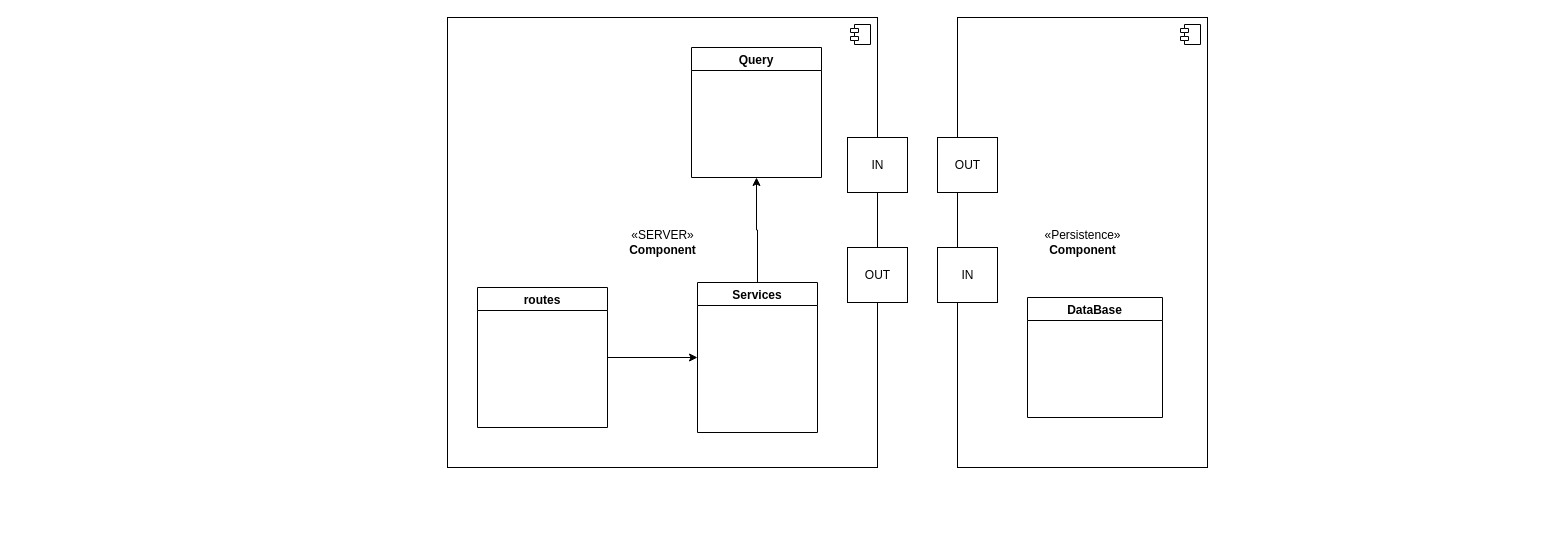
Earlier version of the draw.io diagram Server/architecture/component.drawio (Juan-Avila92/SPL-Indicator). Source tidied: cells renumbered, new cells numbered last; positions are measured from the earlier drawing's top-left corner, leaving out a move shared by most shapes. Both pictures are drawn from the tidied source at 100%, with x=0, y=0 at pixel (447, 17).
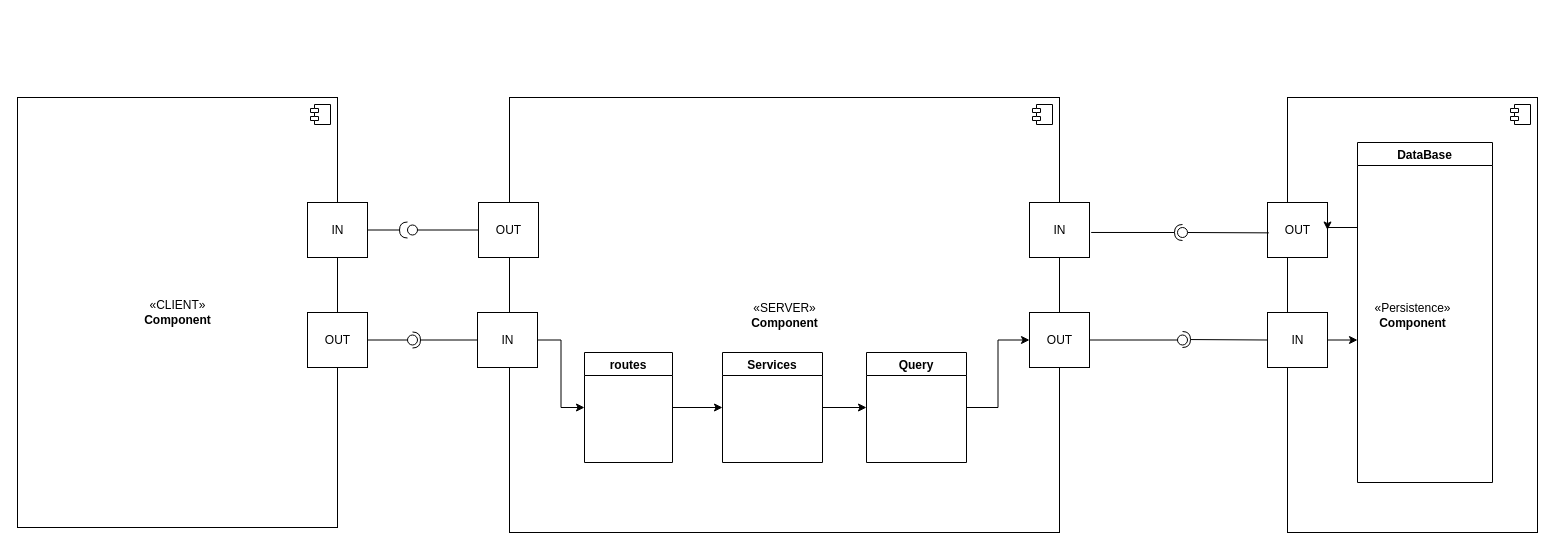
The same page after the edit.

Diff of the diagram source:
```diff
@@
     <mxCell id="2" value="«SERVER»&lt;br&gt;&lt;b&gt;Component&lt;/b&gt;" style="html=1;" parent="1" vertex="1">
-      <mxGeometry width="430" height="450" as="geometry" />
+      <mxGeometry x="62" y="80" width="550" height="435" as="geometry" />
     </mxCell>
@@
-    <mxCell id="4" style="edgeStyle=orthogonalEdgeStyle;rounded=0;jettySize=auto;html=1;exitX=1;exitY=0.5;exitDx=0;exitDy=0;entryX=0;entryY=0.5;entryDx=0;entryDy=0;" parent="1" edge="1" source="5" target="7">
+    <mxCell id="4" style="edgeStyle=orthogonalEdgeStyle;rounded=0;jettySize=auto;html=1;entryX=0;entryY=0.5;entryDx=0;entryDy=0;" parent="1" edge="1" source="5" target="7">
       <mxGeometry relative="1" as="geometry" />
     </mxCell>
     <mxCell id="5" value="routes" style="swimlane;" parent="1" vertex="1">
-      <mxGeometry x="30" y="270" width="130" height="140" as="geometry" />
+      <mxGeometry x="137" y="335" width="88" height="110" as="geometry" />
     </mxCell>
-    <mxCell id="6" style="edgeStyle=orthogonalEdgeStyle;rounded=0;jettySize=auto;html=1;exitX=0.5;exitY=0;exitDx=0;exitDy=0;entryX=0.5;entryY=1;entryDx=0;entryDy=0;" parent="1" edge="1" source="7" target="8">
+    <mxCell id="6" style="edgeStyle=orthogonalEdgeStyle;rounded=0;jettySize=auto;html=1;exitX=1;exitY=0.5;exitDx=0;exitDy=0;entryX=0;entryY=0.5;entryDx=0;entryDy=0;" parent="1" edge="1" source="7" target="8">
       <mxGeometry relative="1" as="geometry" />
     </mxCell>
     <mxCell id="7" value="Services" style="swimlane;" parent="1" vertex="1">
-      <mxGeometry x="250" y="265" width="120" height="150" as="geometry" />
+      <mxGeometry x="275" y="335" width="100" height="110" as="geometry" />
     </mxCell>
+    <mxCell id="16" style="edgeStyle=orthogonalEdgeStyle;rounded=0;jettySize=auto;html=1;" parent="1" edge="1" source="8" target="13">
+      <mxGeometry relative="1" as="geometry" />
+    </mxCell>
     <mxCell id="8" value="Query" style="swimlane;startSize=23;" parent="1" vertex="1">
-      <mxGeometry x="244" y="30" width="130" height="130" as="geometry" />
+      <mxGeometry x="419" y="335" width="100" height="110" as="geometry" />
     </mxCell>
     <mxCell id="9" value="IN" style="html=1;" parent="1" vertex="1">
-      <mxGeometry x="400" y="120" width="60" height="55" as="geometry" />
+      <mxGeometry x="582" y="185" width="60" height="55" as="geometry" />
     </mxCell>
     <mxCell id="10" value="«Persistence»&lt;br&gt;&lt;b&gt;Component&lt;/b&gt;" style="html=1;" parent="1" vertex="1">
-      <mxGeometry x="510" width="250" height="450" as="geometry" />
+      <mxGeometry x="840" y="80" width="250" height="435" as="geometry" />
     </mxCell>
@@
     <mxCell id="12" value="OUT" style="html=1;" parent="1" vertex="1">
-      <mxGeometry x="490" y="120" width="60" height="55" as="geometry" />
+      <mxGeometry x="820" y="185" width="60" height="55" as="geometry" />
     </mxCell>
     <mxCell id="13" value="OUT" style="html=1;" parent="1" vertex="1">
-      <mxGeometry x="400" y="230" width="60" height="55" as="geometry" />
+      <mxGeometry x="582" y="295" width="60" height="55" as="geometry" />
     </mxCell>
+    <mxCell id="17" style="edgeStyle=orthogonalEdgeStyle;rounded=0;jettySize=auto;html=1;exitX=1;exitY=0.5;exitDx=0;exitDy=0;" parent="1" edge="1" source="14">
+      <mxGeometry relative="1" as="geometry">
+        <mxPoint x="910" y="322.3" as="targetPoint" />
+      </mxGeometry>
+    </mxCell>
     <mxCell id="14" value="IN" style="html=1;" parent="1" vertex="1">
-      <mxGeometry x="490" y="230" width="60" height="55" as="geometry" />
+      <mxGeometry x="820" y="295" width="60" height="55" as="geometry" />
     </mxCell>
+    <mxCell id="18" style="edgeStyle=orthogonalEdgeStyle;rounded=0;jettySize=auto;html=1;exitX=0;exitY=0.25;exitDx=0;exitDy=0;entryX=1;entryY=0.5;entryDx=0;entryDy=0;" parent="1" edge="1" source="15" target="12">
+      <mxGeometry relative="1" as="geometry" />
+    </mxCell>
     <mxCell id="15" value="DataBase" style="swimlane;startSize=23;" parent="1" vertex="1">
-      <mxGeometry x="580" y="280" width="135" height="120" as="geometry" />
+      <mxGeometry x="910" y="125" width="135" height="340" as="geometry" />
     </mxCell>
+    <mxCell id="19" value="OUT" style="html=1;" parent="1" vertex="1">
+      <mxGeometry x="31" y="185" width="60" height="55" as="geometry" />
+    </mxCell>
+    <mxCell id="20" style="edgeStyle=orthogonalEdgeStyle;rounded=0;jettySize=auto;html=1;exitX=1;exitY=0.5;exitDx=0;exitDy=0;entryX=0;entryY=0.5;entryDx=0;entryDy=0;" parent="1" edge="1" source="21" target="5">
+      <mxGeometry relative="1" as="geometry" />
+    </mxCell>
+    <mxCell id="21" value="IN" style="html=1;" parent="1" vertex="1">
+      <mxGeometry x="30" y="295" width="60" height="55" as="geometry" />
+    </mxCell>
+    <mxCell id="22" style="rounded=0;jettySize=auto;html=1;endArrow=none;endFill=0;exitX=1;exitY=0.5;exitDx=0;exitDy=0;" parent="1" edge="1" source="13" target="24">
+      <mxGeometry relative="1" as="geometry" />
+    </mxCell>
+    <mxCell id="23" style="rounded=0;jettySize=auto;html=1;endArrow=halfCircle;endFill=0;endSize=6;strokeWidth=1;exitX=0;exitY=0.5;exitDx=0;exitDy=0;" parent="1" edge="1" source="14">
+      <mxGeometry relative="1" as="geometry">
+        <mxPoint x="735" y="322" as="targetPoint" />
+      </mxGeometry>
+    </mxCell>
+    <mxCell id="24" style="ellipse;whiteSpace=wrap;html=1;fontFamily=Helvetica;fontSize=12;fontColor=#000000;align=center;strokeColor=#000000;fillColor=#ffffff;points=[];" parent="1" vertex="1">
+      <mxGeometry x="730" y="317.5" width="10" height="10" as="geometry" />
+    </mxCell>
+    <mxCell id="25" style="rounded=0;jettySize=auto;html=1;endArrow=none;endFill=0;exitX=0.022;exitY=0.552;exitDx=0;exitDy=0;exitPerimeter=0;" parent="1" edge="1" source="12" target="27">
+      <mxGeometry relative="1" as="geometry" />
+    </mxCell>
+    <mxCell id="26" style="rounded=0;jettySize=auto;html=1;endArrow=halfCircle;endFill=0;entryX=0.5;entryY=0.5;entryDx=0;entryDy=0;endSize=6;strokeWidth=1;exitX=1.028;exitY=0.545;exitDx=0;exitDy=0;exitPerimeter=0;" parent="1" edge="1" source="9" target="27">
+      <mxGeometry relative="1" as="geometry" />
+    </mxCell>
+    <mxCell id="27" style="ellipse;whiteSpace=wrap;html=1;fontFamily=Helvetica;fontSize=12;fontColor=#000000;align=center;strokeColor=#000000;fillColor=#ffffff;points=[];" parent="1" vertex="1">
+      <mxGeometry x="730" y="210" width="10" height="10" as="geometry" />
+    </mxCell>
+    <mxCell id="28" value="«CLIENT»&lt;br&gt;&lt;b&gt;Component&lt;/b&gt;" style="html=1;" parent="1" vertex="1">
+      <mxGeometry x="-430" y="80" width="320" height="430" as="geometry" />
+    </mxCell>
+    <mxCell id="29" style="shape=component;jettyWidth=8;jettyHeight=4;" parent="28" vertex="1">
+      <mxGeometry x="1" width="20" height="20" relative="1" as="geometry">
+        <mxPoint x="-27" y="7" as="offset" />
+      </mxGeometry>
+    </mxCell>
+    <mxCell id="30" value="OUT" style="html=1;" parent="1" vertex="1">
+      <mxGeometry x="-140" y="295" width="60" height="55" as="geometry" />
+    </mxCell>
+    <mxCell id="31" value="IN" style="html=1;" parent="1" vertex="1">
+      <mxGeometry x="-140" y="185" width="60" height="55" as="geometry" />
+    </mxCell>
+    <mxCell id="32" style="rounded=0;jettySize=auto;html=1;endArrow=none;endFill=0;exitX=1;exitY=0.5;exitDx=0;exitDy=0;" parent="1" edge="1" source="30" target="34">
+      <mxGeometry relative="1" as="geometry" />
+    </mxCell>
+    <mxCell id="33" style="rounded=0;jettySize=auto;html=1;endArrow=halfCircle;endFill=0;entryX=0.5;entryY=0.5;entryDx=0;entryDy=0;endSize=6;strokeWidth=1;exitX=0;exitY=0.5;exitDx=0;exitDy=0;" parent="1" edge="1" source="21" target="34">
+      <mxGeometry relative="1" as="geometry" />
+    </mxCell>
+    <mxCell id="34" style="ellipse;whiteSpace=wrap;html=1;fontFamily=Helvetica;fontSize=12;fontColor=#000000;align=center;strokeColor=#000000;fillColor=#ffffff;points=[];" parent="1" vertex="1">
+      <mxGeometry x="-40" y="317.5" width="10" height="10" as="geometry" />
+    </mxCell>
+    <mxCell id="35" style="rounded=0;jettySize=auto;html=1;endArrow=none;endFill=0;exitX=0;exitY=0.5;exitDx=0;exitDy=0;" parent="1" edge="1" source="19" target="37">
+      <mxGeometry relative="1" as="geometry" />
+    </mxCell>
+    <mxCell id="36" style="rounded=0;jettySize=auto;html=1;endArrow=halfCircle;endFill=0;endSize=6;strokeWidth=1;exitX=1;exitY=0.5;exitDx=0;exitDy=0;" parent="1" edge="1" source="31" target="37">
+      <mxGeometry relative="1" as="geometry" />
+    </mxCell>
+    <mxCell id="37" style="ellipse;whiteSpace=wrap;html=1;fontFamily=Helvetica;fontSize=12;fontColor=#000000;align=center;strokeColor=#000000;fillColor=#ffffff;points=[];" parent="1" vertex="1">
+      <mxGeometry x="-40" y="207.5" width="10" height="10" as="geometry" />
+    </mxCell>
```
